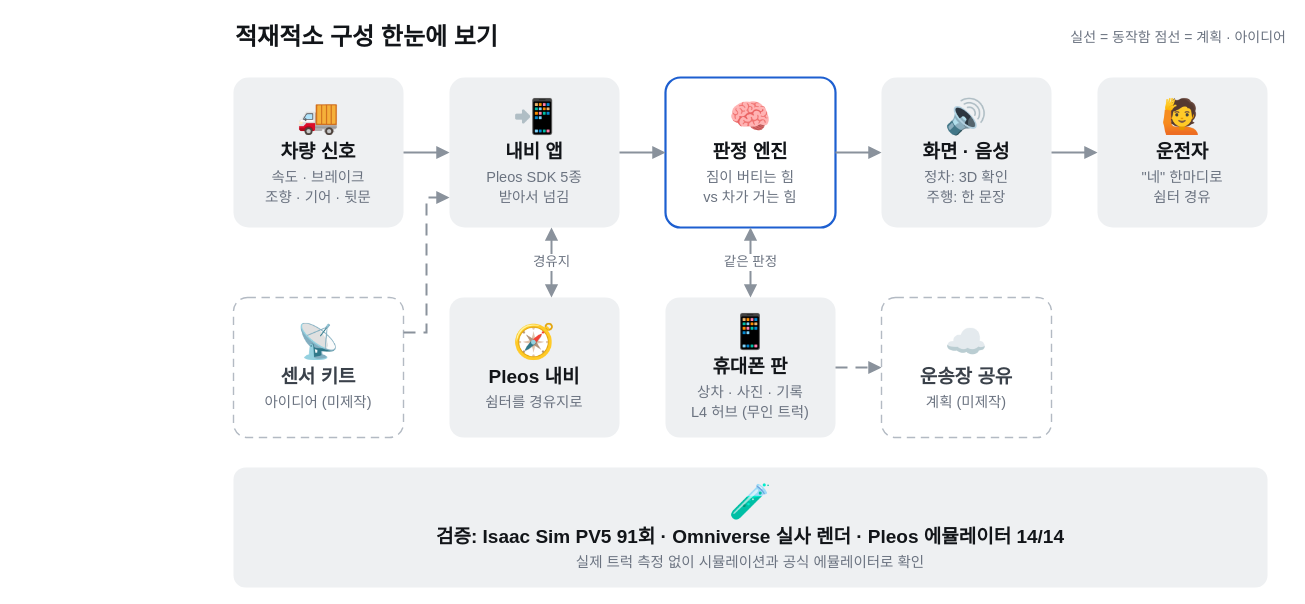
The draw.io diagram app/design/architecture/jaejeok_architecture.drawio in koreamax/HMG-app-challenge-SCSS, before the edit. Source tidied: cells renumbered, new cells numbered last; positions are measured from the earlier drawing's top-left corner, leaving out a move shared by most shapes. Both pictures are drawn from the tidied source at 100%, with x=0, y=0 at pixel (233, 17).
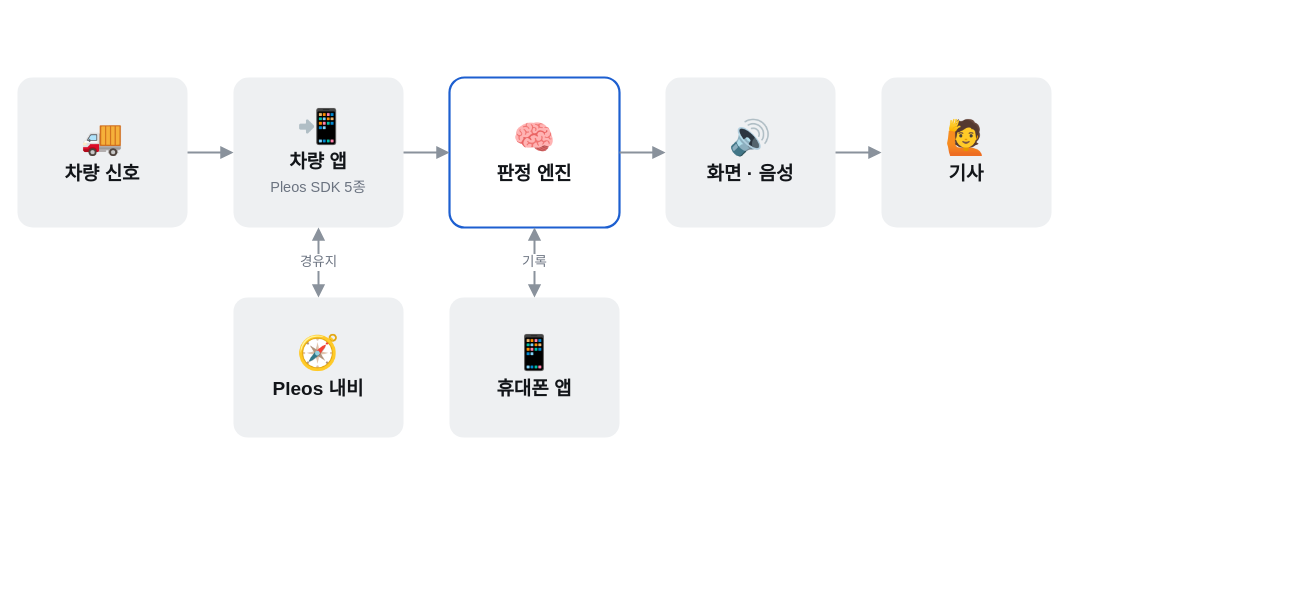
The same page after the edit.

Diff of the diagram source:
```diff
@@
-    <mxCell id="2" value="적재적소 구성 한눈에 보기" style="text;html=1;fontFamily=Pretendard;fontSize=24;fontColor=#121519;align=left;verticalAlign=middle;fontStyle=1;" parent="1" vertex="1">
-      <mxGeometry width="900" height="40" as="geometry" />
+    <mxCell id="2" value="&lt;div style=&quot;font-size:34px;line-height:1.1;margin-bottom:6px&quot;&gt;🚚&lt;/div&gt;&lt;div style=&quot;font-size:19px;font-weight:600;color:#121519&quot;&gt;차량 신호&lt;/div&gt;" style="rounded=1;arcSize=10;whiteSpace=wrap;html=1;fontFamily=Pretendard;fillColor=#EEF0F2;strokeColor=none;strokeWidth=1.4;align=center;verticalAlign=middle;spacing=8;" parent="1" vertex="1">
+      <mxGeometry x="-216" y="60" width="170" height="150" as="geometry" />
     </mxCell>
-    <mxCell id="3" value="&lt;div style=&quot;font-size:34px;line-height:1.1;margin-bottom:6px&quot;&gt;🚚&lt;/div&gt;&lt;div style=&quot;font-size:19px;font-weight:600;color:#121519&quot;&gt;차량 신호&lt;/div&gt;&lt;div style=&quot;font-size:14.5px;color:#6B7380;margin-top:4px;line-height:1.35&quot;&gt;속도 · 브레이크&#10;조향 · 기어 · 뒷문&lt;/div&gt;" style="rounded=1;arcSize=10;whiteSpace=wrap;html=1;fontFamily=Pretendard;fillColor=#EEF0F2;strokeColor=none;strokeWidth=1.4;align=center;verticalAlign=middle;spacing=8;" parent="1" vertex="1">
+    <mxCell id="3" value="&lt;div style=&quot;font-size:34px;line-height:1.1;margin-bottom:6px&quot;&gt;📲&lt;/div&gt;&lt;div style=&quot;font-size:19px;font-weight:600;color:#121519&quot;&gt;차량 앱&lt;/div&gt;&lt;div style=&quot;font-size:14.5px;color:#6B7380;margin-top:4px;line-height:1.35&quot;&gt;Pleos SDK 5종&lt;/div&gt;" style="rounded=1;arcSize=10;whiteSpace=wrap;html=1;fontFamily=Pretendard;fillColor=#EEF0F2;strokeColor=none;strokeWidth=1.4;align=center;verticalAlign=middle;spacing=8;" parent="1" vertex="1">
       <mxGeometry y="60" width="170" height="150" as="geometry" />
     </mxCell>
-    <mxCell id="4" value="&lt;div style=&quot;font-size:34px;line-height:1.1;margin-bottom:6px&quot;&gt;📲&lt;/div&gt;&lt;div style=&quot;font-size:19px;font-weight:600;color:#121519&quot;&gt;내비 앱&lt;/div&gt;&lt;div style=&quot;font-size:14.5px;color:#6B7380;margin-top:4px;line-height:1.35&quot;&gt;Pleos SDK 5종&#10;받아서 넘김&lt;/div&gt;" style="rounded=1;arcSize=10;whiteSpace=wrap;html=1;fontFamily=Pretendard;fillColor=#EEF0F2;strokeColor=none;strokeWidth=1.4;align=center;verticalAlign=middle;spacing=8;" parent="1" vertex="1">
+    <mxCell id="4" value="&lt;div style=&quot;font-size:34px;line-height:1.1;margin-bottom:6px&quot;&gt;🧠&lt;/div&gt;&lt;div style=&quot;font-size:19px;font-weight:600;color:#121519&quot;&gt;판정 엔진&lt;/div&gt;" style="rounded=1;arcSize=10;whiteSpace=wrap;html=1;fontFamily=Pretendard;fillColor=#FFFFFF;strokeColor=#1D5FD0;strokeWidth=2.2;align=center;verticalAlign=middle;spacing=8;" parent="1" vertex="1">
       <mxGeometry x="216" y="60" width="170" height="150" as="geometry" />
     </mxCell>
-    <mxCell id="5" value="&lt;div style=&quot;font-size:34px;line-height:1.1;margin-bottom:6px&quot;&gt;🧠&lt;/div&gt;&lt;div style=&quot;font-size:19px;font-weight:600;color:#121519&quot;&gt;판정 엔진&lt;/div&gt;&lt;div style=&quot;font-size:14.5px;color:#6B7380;margin-top:4px;line-height:1.35&quot;&gt;짐이 버티는 힘&#10;vs 차가 거는 힘&lt;/div&gt;" style="rounded=1;arcSize=10;whiteSpace=wrap;html=1;fontFamily=Pretendard;fillColor=#FFFFFF;strokeColor=#1D5FD0;strokeWidth=2.2;align=center;verticalAlign=middle;spacing=8;" parent="1" vertex="1">
+    <mxCell id="5" value="&lt;div style=&quot;font-size:34px;line-height:1.1;margin-bottom:6px&quot;&gt;🔊&lt;/div&gt;&lt;div style=&quot;font-size:19px;font-weight:600;color:#121519&quot;&gt;화면 · 음성&lt;/div&gt;" style="rounded=1;arcSize=10;whiteSpace=wrap;html=1;fontFamily=Pretendard;fillColor=#EEF0F2;strokeColor=none;strokeWidth=1.4;align=center;verticalAlign=middle;spacing=8;" parent="1" vertex="1">
       <mxGeometry x="432" y="60" width="170" height="150" as="geometry" />
     </mxCell>
-    <mxCell id="6" value="&lt;div style=&quot;font-size:34px;line-height:1.1;margin-bottom:6px&quot;&gt;🔊&lt;/div&gt;&lt;div style=&quot;font-size:19px;font-weight:600;color:#121519&quot;&gt;화면 · 음성&lt;/div&gt;&lt;div style=&quot;font-size:14.5px;color:#6B7380;margin-top:4px;line-height:1.35&quot;&gt;정차: 3D 확인&#10;주행: 한 문장&lt;/div&gt;" style="rounded=1;arcSize=10;whiteSpace=wrap;html=1;fontFamily=Pretendard;fillColor=#EEF0F2;strokeColor=none;strokeWidth=1.4;align=center;verticalAlign=middle;spacing=8;" parent="1" vertex="1">
+    <mxCell id="6" value="&lt;div style=&quot;font-size:34px;line-height:1.1;margin-bottom:6px&quot;&gt;🙋&lt;/div&gt;&lt;div style=&quot;font-size:19px;font-weight:600;color:#121519&quot;&gt;기사&lt;/div&gt;" style="rounded=1;arcSize=10;whiteSpace=wrap;html=1;fontFamily=Pretendard;fillColor=#EEF0F2;strokeColor=none;strokeWidth=1.4;align=center;verticalAlign=middle;spacing=8;" parent="1" vertex="1">
       <mxGeometry x="648" y="60" width="170" height="150" as="geometry" />
     </mxCell>
-    <mxCell id="7" value="&lt;div style=&quot;font-size:34px;line-height:1.1;margin-bottom:6px&quot;&gt;🙋&lt;/div&gt;&lt;div style=&quot;font-size:19px;font-weight:600;color:#121519&quot;&gt;운전자&lt;/div&gt;&lt;div style=&quot;font-size:14.5px;color:#6B7380;margin-top:4px;line-height:1.35&quot;&gt;&quot;네&quot; 한마디로&#10;쉼터 경유&lt;/div&gt;" style="rounded=1;arcSize=10;whiteSpace=wrap;html=1;fontFamily=Pretendard;fillColor=#EEF0F2;strokeColor=none;strokeWidth=1.4;align=center;verticalAlign=middle;spacing=8;" parent="1" vertex="1">
-      <mxGeometry x="864" y="60" width="170" height="150" as="geometry" />
+    <mxCell id="7" value="&lt;div style=&quot;font-size:34px;line-height:1.1;margin-bottom:6px&quot;&gt;🧭&lt;/div&gt;&lt;div style=&quot;font-size:19px;font-weight:600;color:#121519&quot;&gt;Pleos 내비&lt;/div&gt;" style="rounded=1;arcSize=10;whiteSpace=wrap;html=1;fontFamily=Pretendard;fillColor=#EEF0F2;strokeColor=none;strokeWidth=1.4;align=center;verticalAlign=middle;spacing=8;" parent="1" vertex="1">
+      <mxGeometry y="280" width="170" height="140" as="geometry" />
     </mxCell>
-    <mxCell id="8" value="&lt;div style=&quot;font-size:34px;line-height:1.1;margin-bottom:6px&quot;&gt;📡&lt;/div&gt;&lt;div style=&quot;font-size:19px;font-weight:600;color:#3A414A&quot;&gt;센서 키트&lt;/div&gt;&lt;div style=&quot;font-size:14.5px;color:#6B7380;margin-top:4px;line-height:1.35&quot;&gt;아이디어 (미제작)&lt;/div&gt;" style="rounded=1;arcSize=10;whiteSpace=wrap;html=1;fontFamily=Pretendard;fillColor=#FFFFFF;strokeColor=#B3BAC3;strokeWidth=1.4;align=center;verticalAlign=middle;spacing=8;dashed=1;dashPattern=6 4;" parent="1" vertex="1">
-      <mxGeometry y="280" width="170" height="140" as="geometry" />
+    <mxCell id="8" value="&lt;div style=&quot;font-size:34px;line-height:1.1;margin-bottom:6px&quot;&gt;📱&lt;/div&gt;&lt;div style=&quot;font-size:19px;font-weight:600;color:#121519&quot;&gt;휴대폰 앱&lt;/div&gt;" style="rounded=1;arcSize=10;whiteSpace=wrap;html=1;fontFamily=Pretendard;fillColor=#EEF0F2;strokeColor=none;strokeWidth=1.4;align=center;verticalAlign=middle;spacing=8;" parent="1" vertex="1">
+      <mxGeometry x="216" y="280" width="170" height="140" as="geometry" />
     </mxCell>
-    <mxCell id="9" value="&lt;div style=&quot;font-size:34px;line-height:1.1;margin-bottom:6px&quot;&gt;🧭&lt;/div&gt;&lt;div style=&quot;font-size:19px;font-weight:600;color:#121519&quot;&gt;Pleos 내비&lt;/div&gt;&lt;div style=&quot;font-size:14.5px;color:#6B7380;margin-top:4px;line-height:1.35&quot;&gt;쉼터를 경유지로&lt;/div&gt;" style="rounded=1;arcSize=10;whiteSpace=wrap;html=1;fontFamily=Pretendard;fillColor=#EEF0F2;strokeColor=none;strokeWidth=1.4;align=center;verticalAlign=middle;spacing=8;" parent="1" vertex="1">
-      <mxGeometry x="216" y="280" width="170" height="140" as="geometry" />
+    <mxCell id="9" style="edgeStyle=orthogonalEdgeStyle;rounded=0;html=1;fontFamily=Pretendard;fontSize=13.5;fontColor=#6B7380;strokeColor=#8A929C;strokeWidth=2;endArrow=block;endFill=1;endSize=8;labelBackgroundColor=#FFFFFF;" parent="1" edge="1" source="2" target="3">
+      <mxGeometry relative="1" as="geometry" />
     </mxCell>
-    <mxCell id="10" value="&lt;div style=&quot;font-size:34px;line-height:1.1;margin-bottom:6px&quot;&gt;📱&lt;/div&gt;&lt;div style=&quot;font-size:19px;font-weight:600;color:#121519&quot;&gt;휴대폰 판&lt;/div&gt;&lt;div style=&quot;font-size:14.5px;color:#6B7380;margin-top:4px;line-height:1.35&quot;&gt;상차 · 사진 · 기록&#10;L4 허브 (무인 트럭)&lt;/div&gt;" style="rounded=1;arcSize=10;whiteSpace=wrap;html=1;fontFamily=Pretendard;fillColor=#EEF0F2;strokeColor=none;strokeWidth=1.4;align=center;verticalAlign=middle;spacing=8;" parent="1" vertex="1">
-      <mxGeometry x="432" y="280" width="170" height="140" as="geometry" />
+    <mxCell id="10" style="edgeStyle=orthogonalEdgeStyle;rounded=0;html=1;fontFamily=Pretendard;fontSize=13.5;fontColor=#6B7380;strokeColor=#8A929C;strokeWidth=2;endArrow=block;endFill=1;endSize=8;labelBackgroundColor=#FFFFFF;" parent="1" edge="1" source="3" target="4">
+      <mxGeometry relative="1" as="geometry" />
     </mxCell>
-    <mxCell id="11" value="&lt;div style=&quot;font-size:34px;line-height:1.1;margin-bottom:6px&quot;&gt;☁️&lt;/div&gt;&lt;div style=&quot;font-size:19px;font-weight:600;color:#3A414A&quot;&gt;운송장 공유&lt;/div&gt;&lt;div style=&quot;font-size:14.5px;color:#6B7380;margin-top:4px;line-height:1.35&quot;&gt;계획 (미제작)&lt;/div&gt;" style="rounded=1;arcSize=10;whiteSpace=wrap;html=1;fontFamily=Pretendard;fillColor=#FFFFFF;strokeColor=#B3BAC3;strokeWidth=1.4;align=center;verticalAlign=middle;spacing=8;dashed=1;dashPattern=6 4;" parent="1" vertex="1">
-      <mxGeometry x="648" y="280" width="170" height="140" as="geometry" />
+    <mxCell id="11" style="edgeStyle=orthogonalEdgeStyle;rounded=0;html=1;fontFamily=Pretendard;fontSize=13.5;fontColor=#6B7380;strokeColor=#8A929C;strokeWidth=2;endArrow=block;endFill=1;endSize=8;labelBackgroundColor=#FFFFFF;" parent="1" edge="1" source="4" target="5">
+      <mxGeometry relative="1" as="geometry" />
     </mxCell>
-    <mxCell id="12" value="&lt;div style=&quot;font-size:34px;line-height:1.1;margin-bottom:6px&quot;&gt;🧪&lt;/div&gt;&lt;div style=&quot;font-size:19px;font-weight:600;color:#121519&quot;&gt;검증: Isaac Sim PV5 91회  ·  Omniverse 실사 렌더  ·  Pleos 에뮬레이터 14/14&lt;/div&gt;&lt;div style=&quot;font-size:14.5px;color:#6B7380;margin-top:4px;line-height:1.35&quot;&gt;실제 트럭 측정 없이 시뮬레이션과 공식 에뮬레이터로 확인&lt;/div&gt;" style="rounded=1;arcSize=10;whiteSpace=wrap;html=1;fontFamily=Pretendard;fillColor=#EEF0F2;strokeColor=none;strokeWidth=1.4;align=center;verticalAlign=middle;spacing=8;" parent="1" vertex="1">
-      <mxGeometry y="450" width="1034" height="120" as="geometry" />
+    <mxCell id="12" style="edgeStyle=orthogonalEdgeStyle;rounded=0;html=1;fontFamily=Pretendard;fontSize=13.5;fontColor=#6B7380;strokeColor=#8A929C;strokeWidth=2;endArrow=block;endFill=1;endSize=8;labelBackgroundColor=#FFFFFF;" parent="1" edge="1" source="5" target="6">
+      <mxGeometry relative="1" as="geometry" />
     </mxCell>
-    <mxCell id="13" style="edgeStyle=orthogonalEdgeStyle;rounded=0;html=1;fontFamily=Pretendard;fontSize=13.5;fontColor=#6B7380;strokeColor=#8A929C;strokeWidth=2;endArrow=block;endFill=1;endSize=8;labelBackgroundColor=#FFFFFF;" parent="1" edge="1" source="3" target="4">
+    <mxCell id="13" value="경유지" style="edgeStyle=orthogonalEdgeStyle;rounded=0;html=1;fontFamily=Pretendard;fontSize=13.5;fontColor=#6B7380;strokeColor=#8A929C;strokeWidth=2;endArrow=block;endFill=1;endSize=8;labelBackgroundColor=#FFFFFF;startArrow=block;startFill=1;startSize=8;" parent="1" edge="1" source="3" target="7">
       <mxGeometry relative="1" as="geometry" />
     </mxCell>
-    <mxCell id="14" style="edgeStyle=orthogonalEdgeStyle;rounded=0;html=1;fontFamily=Pretendard;fontSize=13.5;fontColor=#6B7380;strokeColor=#8A929C;strokeWidth=2;endArrow=block;endFill=1;endSize=8;labelBackgroundColor=#FFFFFF;" parent="1" edge="1" source="4" target="5">
+    <mxCell id="14" value="기록" style="edgeStyle=orthogonalEdgeStyle;rounded=0;html=1;fontFamily=Pretendard;fontSize=13.5;fontColor=#6B7380;strokeColor=#8A929C;strokeWidth=2;endArrow=block;endFill=1;endSize=8;labelBackgroundColor=#FFFFFF;startArrow=block;startFill=1;startSize=8;" parent="1" edge="1" source="4" target="8">
       <mxGeometry relative="1" as="geometry" />
     </mxCell>
-    <mxCell id="15" style="edgeStyle=orthogonalEdgeStyle;rounded=0;html=1;fontFamily=Pretendard;fontSize=13.5;fontColor=#6B7380;strokeColor=#8A929C;strokeWidth=2;endArrow=block;endFill=1;endSize=8;labelBackgroundColor=#FFFFFF;" parent="1" edge="1" source="5" target="6">
-      <mxGeometry relative="1" as="geometry" />
-    </mxCell>
-    <mxCell id="16" style="edgeStyle=orthogonalEdgeStyle;rounded=0;html=1;fontFamily=Pretendard;fontSize=13.5;fontColor=#6B7380;strokeColor=#8A929C;strokeWidth=2;endArrow=block;endFill=1;endSize=8;labelBackgroundColor=#FFFFFF;" parent="1" edge="1" source="6" target="7">
-      <mxGeometry relative="1" as="geometry" />
-    </mxCell>
-    <mxCell id="17" style="edgeStyle=orthogonalEdgeStyle;rounded=0;html=1;fontFamily=Pretendard;fontSize=13.5;fontColor=#6B7380;strokeColor=#8A929C;strokeWidth=2;endArrow=block;endFill=1;endSize=8;labelBackgroundColor=#FFFFFF;dashed=1;dashPattern=6 4;exitX=1;exitY=0.25;exitDx=0;exitDy=0;entryX=0;entryY=0.8;entryDx=0;entryDy=0;" parent="1" edge="1" source="8" target="4">
-      <mxGeometry relative="1" as="geometry">
-        <Array as="points">
-          <mxPoint x="193" y="315" />
-          <mxPoint x="193" y="180" />
-        </Array>
-      </mxGeometry>
-    </mxCell>
-    <mxCell id="18" value="경유지" style="edgeStyle=orthogonalEdgeStyle;rounded=0;html=1;fontFamily=Pretendard;fontSize=13.5;fontColor=#6B7380;strokeColor=#8A929C;strokeWidth=2;endArrow=block;endFill=1;endSize=8;labelBackgroundColor=#FFFFFF;startArrow=block;startFill=1;startSize=8;exitX=0.6;exitY=1;exitDx=0;exitDy=0;entryX=0.6;entryY=0;entryDx=0;entryDy=0;" parent="1" edge="1" source="4" target="9">
-      <mxGeometry relative="1" as="geometry" />
-    </mxCell>
-    <mxCell id="19" value="같은 판정" style="edgeStyle=orthogonalEdgeStyle;rounded=0;html=1;fontFamily=Pretendard;fontSize=13.5;fontColor=#6B7380;strokeColor=#8A929C;strokeWidth=2;endArrow=block;endFill=1;endSize=8;labelBackgroundColor=#FFFFFF;startArrow=block;startFill=1;startSize=8;" parent="1" edge="1" source="5" target="10">
-      <mxGeometry relative="1" as="geometry" />
-    </mxCell>
-    <mxCell id="20" style="edgeStyle=orthogonalEdgeStyle;rounded=0;html=1;fontFamily=Pretendard;fontSize=13.5;fontColor=#6B7380;strokeColor=#8A929C;strokeWidth=2;endArrow=block;endFill=1;endSize=8;labelBackgroundColor=#FFFFFF;dashed=1;dashPattern=6 4;" parent="1" edge="1" source="10" target="11">
-      <mxGeometry relative="1" as="geometry" />
-    </mxCell>
-    <mxCell id="21" value="실선 = 동작함   점선 = 계획 · 아이디어" style="text;html=1;fontFamily=Pretendard;fontSize=14;fontColor=#6B7380;align=right;verticalAlign=middle;" parent="1" vertex="1">
-      <mxGeometry x="754" width="300" height="40" as="geometry" />
-    </mxCell>
```
